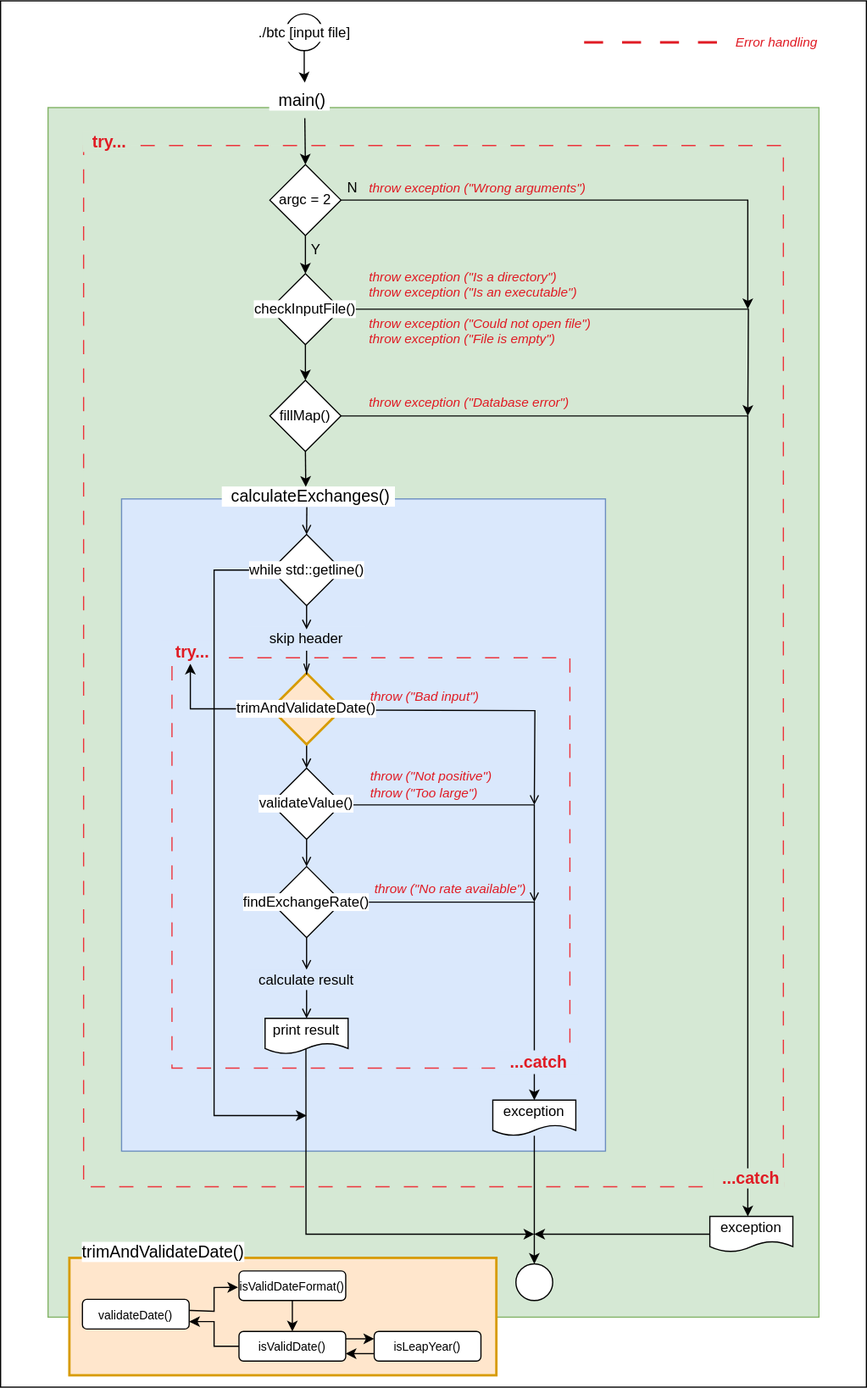
The draw.io diagram cpp_09/ex00/assets/BitcoinExchange.svg in ccg-v/cpp_modules, before a commit. Source tidied: cells renumbered, new cells last; positions are measured from the earlier drawing's top-left corner, leaving out a move shared by most shapes.
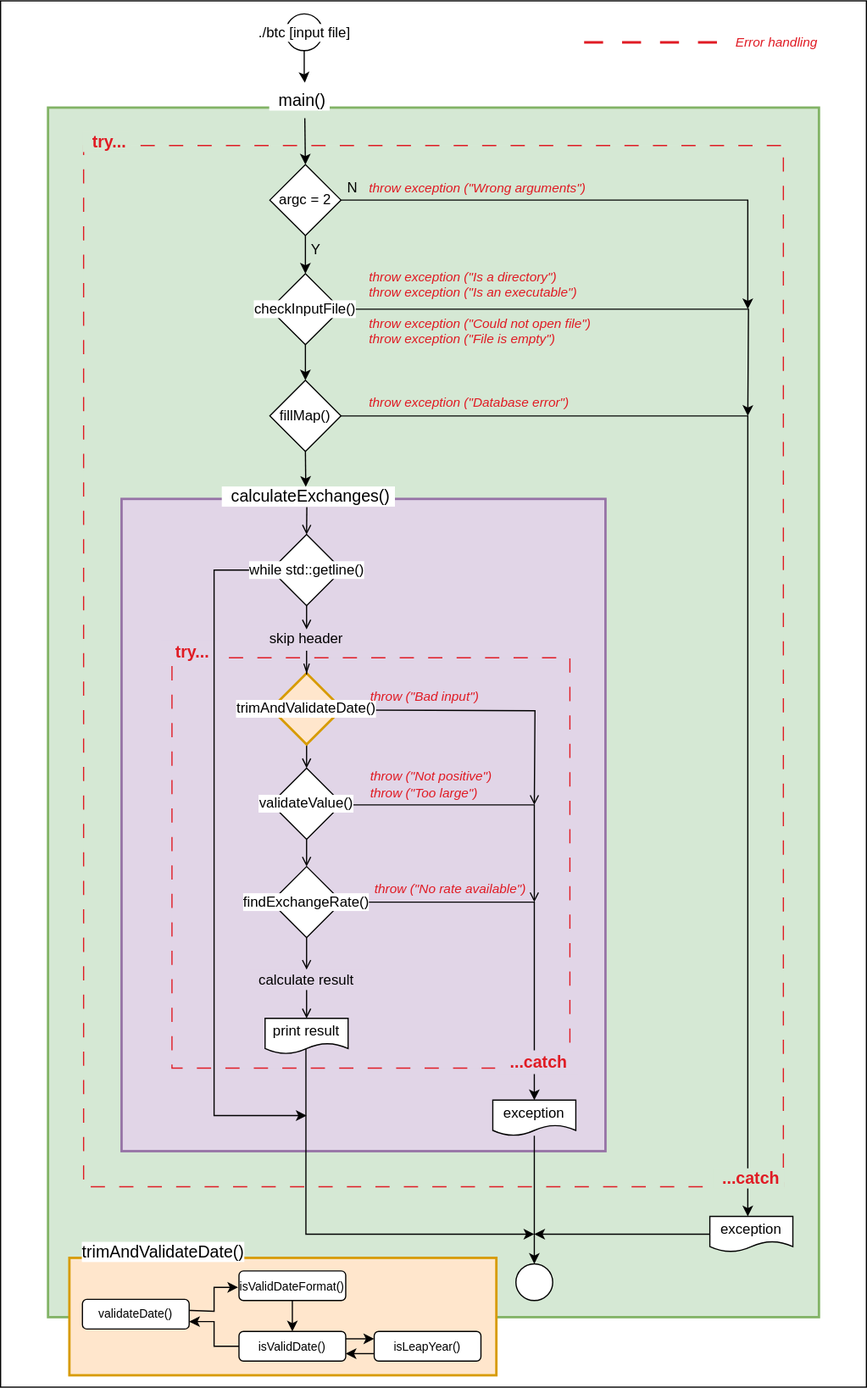
After the commit.

Commit message:
Chart flow stuff

Diff of the diagram source:
```diff
@@ -5,19 +5,19 @@
     <mxCell id="2" style="rounded=0;whiteSpace=wrap;html=1;" parent="1" vertex="1">
       <mxGeometry width="730" height="1169" as="geometry" />
     </mxCell>
-    <mxCell id="3" style="rounded=0;whiteSpace=wrap;html=1;fillColor=#d5e8d4;strokeColor=#82b366;" parent="1" vertex="1">
+    <mxCell id="3" style="rounded=0;whiteSpace=wrap;html=1;fillColor=#d5e8d4;strokeColor=#82b366;strokeWidth=2;" parent="1" vertex="1">
       <mxGeometry x="40" y="90" width="650" height="1020" as="geometry" />
     </mxCell>
     <mxCell id="4" style="rounded=0;whiteSpace=wrap;html=1;fillColor=#ffe6cc;strokeColor=#d79b00;strokeWidth=2;" parent="1" vertex="1">
       <mxGeometry x="58" y="1060" width="360" height="99" as="geometry" />
     </mxCell>
-    <mxCell id="5" style="rounded=0;whiteSpace=wrap;html=1;dashed=1;strokeWidth=1;dashPattern=12 12;strokeColor=#ED333B;fillColor=#D5E8D4;perimeterSpacing=1;glass=0;shadow=0;gradientColor=none;" parent="1" vertex="1">
+    <mxCell id="5" style="rounded=0;whiteSpace=wrap;html=1;dashed=1;strokeWidth=1;dashPattern=12 12;strokeColor=#E01B24;fillColor=#d5e8d4;perimeterSpacing=1;glass=0;shadow=0;" parent="1" vertex="1">
       <mxGeometry x="70" y="122" width="590" height="878" as="geometry" />
     </mxCell>
-    <mxCell id="6" style="rounded=0;whiteSpace=wrap;html=1;fillColor=#dae8fc;strokeColor=#6c8ebf;" parent="1" vertex="1">
+    <mxCell id="6" style="rounded=0;whiteSpace=wrap;html=1;fillColor=#e1d5e7;strokeColor=#9673a6;strokeWidth=2;" parent="1" vertex="1">
       <mxGeometry x="102" y="420" width="408" height="550" as="geometry" />
     </mxCell>
-    <mxCell id="7" style="rounded=0;whiteSpace=wrap;html=1;dashed=1;dashPattern=12 12;strokeColor=#ED333B;fillColor=#DAE8FC;strokeWidth=1;align=center;verticalAlign=middle;fontFamily=Helvetica;fontSize=12;fontColor=default;" parent="1" vertex="1">
+    <mxCell id="7" style="rounded=0;whiteSpace=wrap;html=1;dashed=1;dashPattern=12 12;strokeColor=#E01B24;fillColor=#e1d5e7;strokeWidth=1;align=center;verticalAlign=middle;fontFamily=Helvetica;fontSize=12;" parent="1" vertex="1">
       <mxGeometry x="144.5" y="554" width="335.5" height="346" as="geometry" />
     </mxCell>
     <mxCell id="8" style="edgeStyle=orthogonalEdgeStyle;rounded=0;jettySize=auto;html=1;exitX=0.5;exitY=1;exitDx=0;exitDy=0;entryX=0.5;entryY=0;entryDx=0;entryDy=0;" parent="1" edge="1" source="10" target="13">
@@ -73,9 +73,6 @@
     <mxCell id="20" style="edgeStyle=orthogonalEdgeStyle;rounded=0;jettySize=auto;html=1;exitX=0.5;exitY=1;exitDx=0;exitDy=0;entryX=0.5;entryY=0;entryDx=0;entryDy=0;endArrow=open;endFill=0;" parent="1" edge="1" source="22" target="37">
       <mxGeometry relative="1" as="geometry" />
     </mxCell>
-    <mxCell id="21" style="edgeStyle=orthogonalEdgeStyle;rounded=0;jettySize=auto;html=1;" parent="1" edge="1" source="22" target="34">
-      <mxGeometry relative="1" as="geometry" />
-    </mxCell>
     <mxCell id="22" value="trimAndValidateDate()" style="rhombus;whiteSpace=wrap;html=1;labelBackgroundColor=default;fillColor=#ffe6cc;strokeColor=#d79b00;strokeWidth=2;" parent="1" vertex="1">
       <mxGeometry x="228" y="567" width="60" height="60" as="geometry" />
     </mxCell>
@@ -121,10 +118,10 @@
     <mxCell id="32" style="edgeStyle=orthogonalEdgeStyle;rounded=0;jettySize=auto;html=1;exitX=0.5;exitY=1;exitDx=0;exitDy=0;endArrow=openThin;endFill=0;" parent="1" edge="1" source="33" target="22">
       <mxGeometry relative="1" as="geometry" />
     </mxCell>
-    <mxCell id="33" value="&lt;div style=&quot;font-size: 12px;&quot;&gt;skip header&lt;/div&gt;" style="rounded=0;whiteSpace=wrap;html=1;dashed=1;strokeColor=none;labelBackgroundColor=none;align=center;verticalAlign=middle;spacingLeft=0;spacing=2;fontFamily=Helvetica;fontSize=12;fontColor=default;fontStyle=0;fillColor=#DAE8FC;gradientColor=none;" parent="1" vertex="1">
+    <mxCell id="33" value="&lt;div style=&quot;font-size: 12px;&quot;&gt;skip header&lt;/div&gt;" style="rounded=0;whiteSpace=wrap;html=1;dashed=1;strokeColor=none;labelBackgroundColor=none;align=center;verticalAlign=middle;spacingLeft=0;spacing=2;fontFamily=Helvetica;fontSize=12;fontColor=default;fontStyle=0;fillColor=#E1D5E7;gradientColor=none;" parent="1" vertex="1">
       <mxGeometry x="208" y="528" width="100" height="20" as="geometry" />
     </mxCell>
-    <mxCell id="34" value="&amp;nbsp; try...&amp;nbsp; " style="text;strokeColor=none;align=center;fillColor=#DAE8FC;html=1;verticalAlign=middle;whiteSpace=wrap;rounded=0;fontStyle=1;fontSize=14;labelBackgroundColor=none;spacingLeft=0;spacing=2;fontColor=#E01B24;" parent="1" vertex="1">
+    <mxCell id="34" value="&amp;nbsp; try...&amp;nbsp; " style="text;strokeColor=none;align=center;fillColor=#E1D5E7;html=1;verticalAlign=middle;whiteSpace=wrap;rounded=0;fontStyle=1;fontSize=14;labelBackgroundColor=none;spacingLeft=0;spacing=2;fontColor=#E01B24;" parent="1" vertex="1">
       <mxGeometry x="135" y="539" width="50" height="20" as="geometry" />
     </mxCell>
     <mxCell id="35" style="edgeStyle=orthogonalEdgeStyle;rounded=0;orthogonalLoop=1;jettySize=auto;html=1;exitX=1;exitY=0.5;exitDx=0;exitDy=0;endArrow=open;endFill=0;" parent="1" edge="1">
@@ -167,7 +164,7 @@
     <mxCell id="42" value="print result" style="shape=document;whiteSpace=wrap;html=1;boundedLbl=1;" parent="1" vertex="1">
       <mxGeometry x="223" y="858" width="70" height="30" as="geometry" />
     </mxCell>
-    <mxCell id="43" value="&amp;nbsp; ...catch&amp;nbsp; " style="text;strokeColor=none;align=center;fillColor=#DAE8FC;html=1;verticalAlign=middle;whiteSpace=wrap;rounded=0;fontStyle=1;fontSize=14;labelBackgroundColor=none;fontColor=#E01B24;fontFamily=Helvetica;" parent="1" vertex="1">
+    <mxCell id="43" value="&amp;nbsp; ...catch&amp;nbsp; " style="text;strokeColor=none;align=center;fillColor=#E1D5E7;html=1;verticalAlign=middle;whiteSpace=wrap;rounded=0;fontStyle=1;fontSize=14;labelBackgroundColor=none;fontColor=#E01B24;fontFamily=Helvetica;" parent="1" vertex="1">
       <mxGeometry x="417" y="885" width="70" height="20" as="geometry" />
     </mxCell>
     <mxCell id="44" style="edgeStyle=orthogonalEdgeStyle;rounded=0;jettySize=auto;html=1;entryX=0.5;entryY=0;entryDx=0;entryDy=0;" parent="1" edge="1" source="45" target="58">
@@ -206,7 +203,7 @@
     <mxCell id="53" style="edgeStyle=orthogonalEdgeStyle;rounded=0;jettySize=auto;html=1;exitX=0.5;exitY=1;exitDx=0;exitDy=0;entryX=0.5;entryY=0;entryDx=0;entryDy=0;endArrow=open;endFill=0;" parent="1" edge="1" source="54" target="42">
       <mxGeometry relative="1" as="geometry" />
     </mxCell>
-    <mxCell id="54" value="&lt;div&gt;calculate result&lt;/div&gt;" style="rounded=0;whiteSpace=wrap;html=1;strokeColor=none;dashed=1;align=center;verticalAlign=middle;spacingLeft=0;spacing=2;fontFamily=Helvetica;fontSize=12;fontColor=default;fontStyle=0;labelBackgroundColor=none;fillColor=#DAE8FC;gradientColor=none;" parent="1" vertex="1">
+    <mxCell id="54" value="&lt;div&gt;calculate result&lt;/div&gt;" style="rounded=0;whiteSpace=wrap;html=1;strokeColor=none;dashed=1;align=center;verticalAlign=middle;spacingLeft=0;spacing=2;fontFamily=Helvetica;fontSize=12;fontColor=default;fontStyle=0;labelBackgroundColor=none;fillColor=#E1D5E7;gradientColor=none;" parent="1" vertex="1">
       <mxGeometry x="208" y="817" width="100" height="17" as="geometry" />
     </mxCell>
     <mxCell id="55" value="&amp;nbsp; calculateExchanges()&amp;nbsp; " style="text;strokeColor=none;align=left;fillColor=none;html=1;verticalAlign=middle;whiteSpace=wrap;rounded=0;fontStyle=0;fontSize=14;labelBackgroundColor=default;" parent="1" vertex="1">
```
